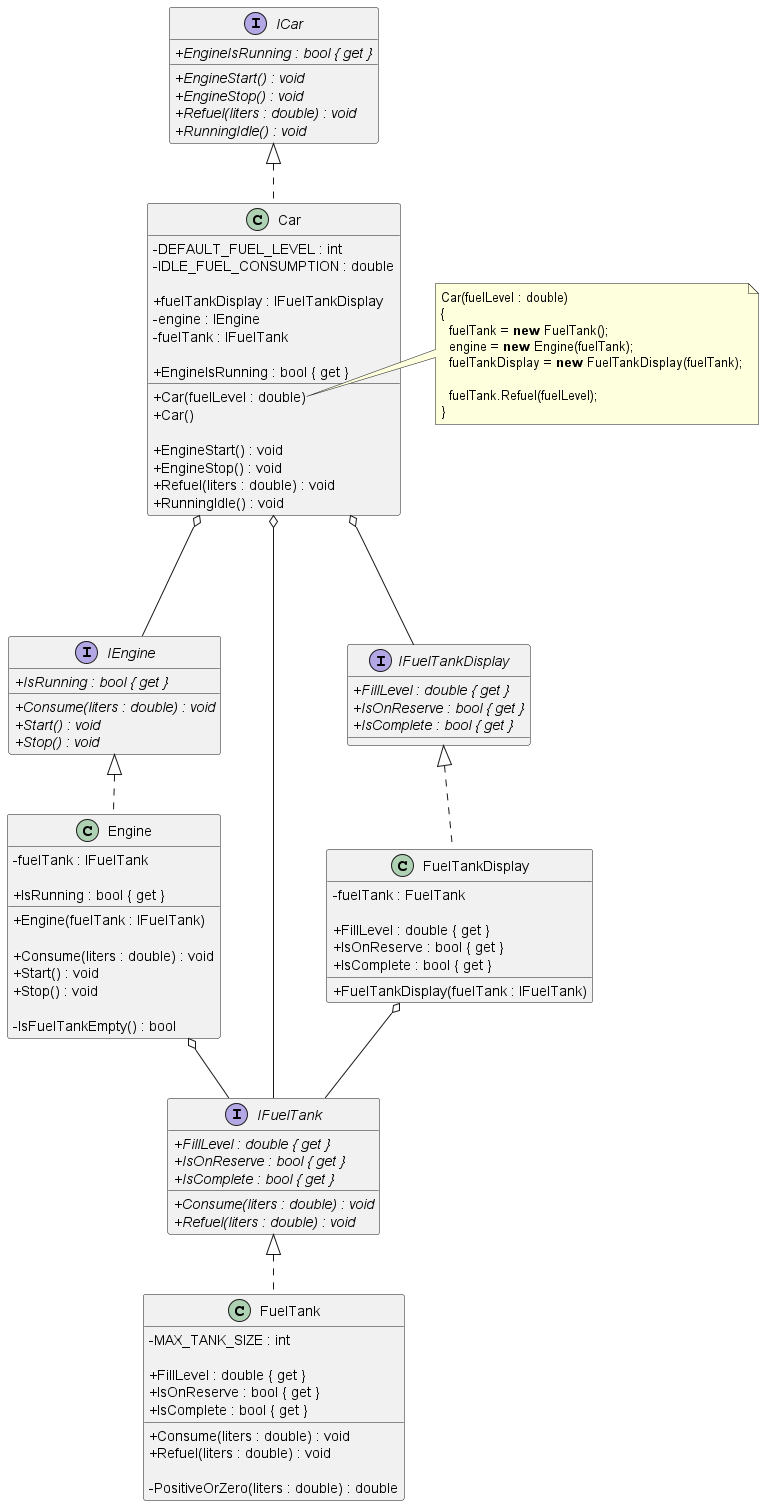
This is puml/Engine And Fuel Tank.png from iamfranco/EngineAndFuelTankKata, a PlantUML export, as it was before one commit.
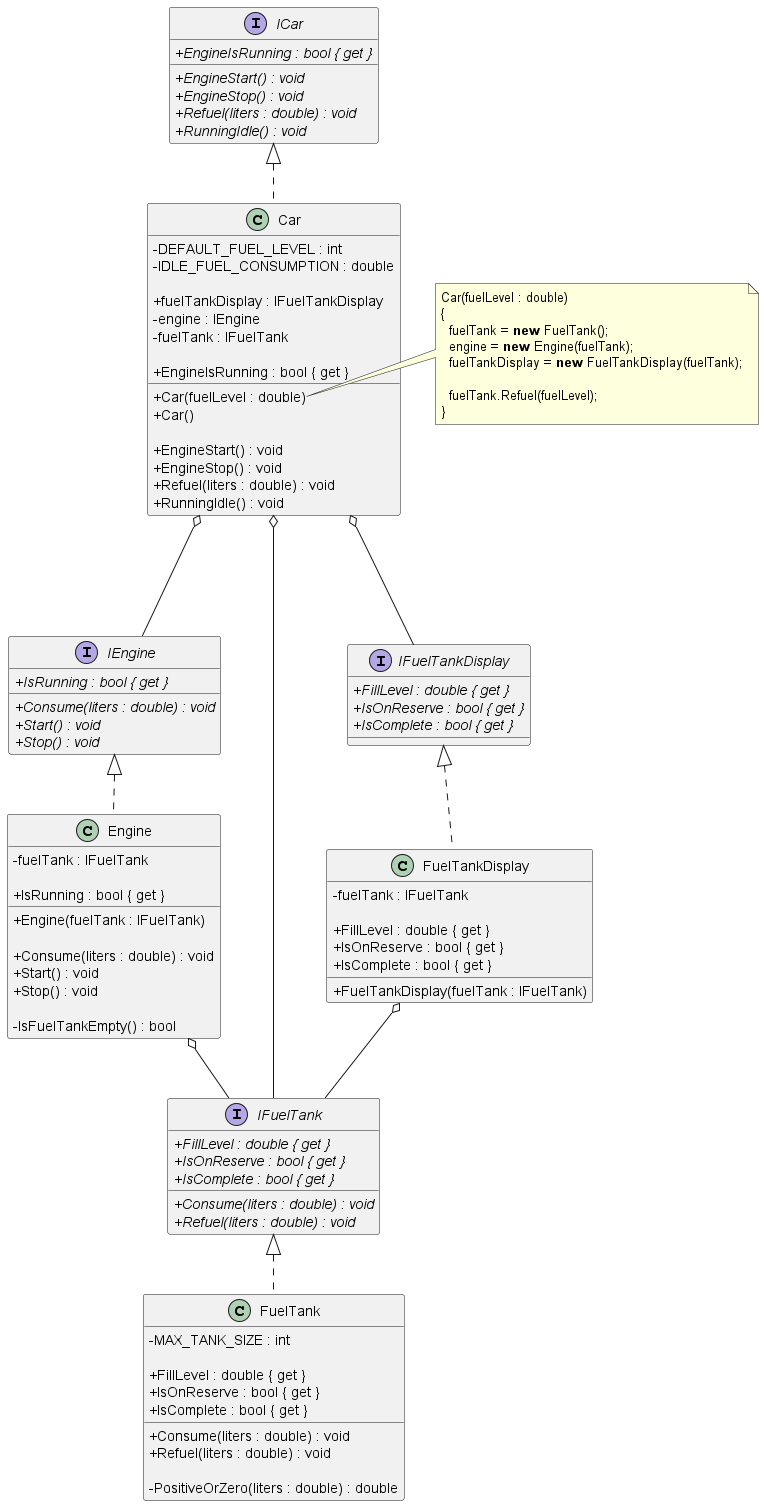
After the commit.

Commit message:
fix typo: FuelTank -> IFuelTank

What changed in the source:
```diff
@@ -85,7 +85,7 @@
 
 class FuelTankDisplay
 {
-  - fuelTank : FuelTank
+  - fuelTank : IFuelTank
 
   + FillLevel : double { get }
   + IsOnReserve : bool { get }
```
